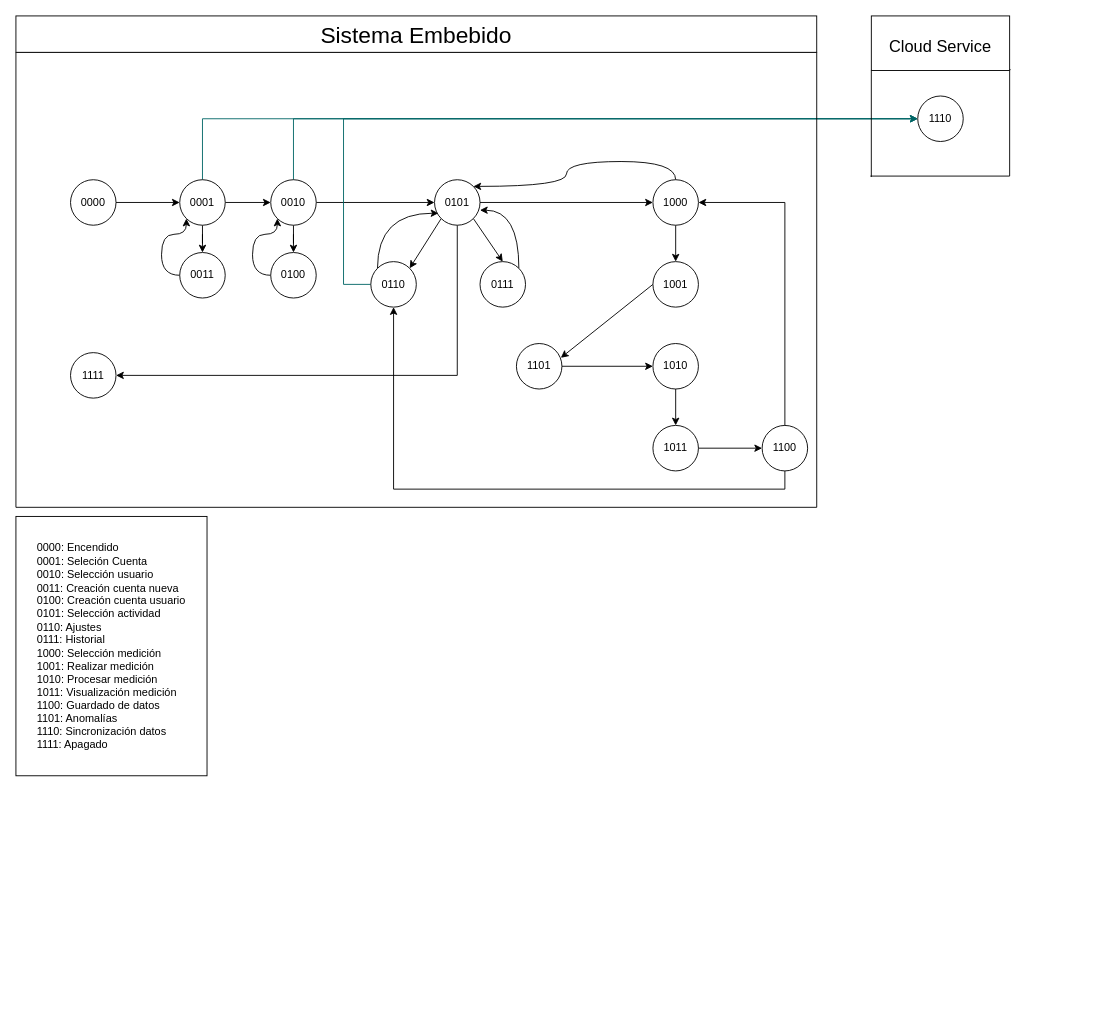
The draw.io diagram Tercera_Fase/Diagramas de software/Diagrama_Estados.drawio in Angeloib98/BIATRONIC, before the edit. Source tidied: cells renumbered, new cells numbered last; positions are measured from the earlier drawing's top-left corner, leaving out a move shared by most shapes. Both pictures are drawn from the tidied source at 91%, with x=0, y=0 at pixel (15, 15).
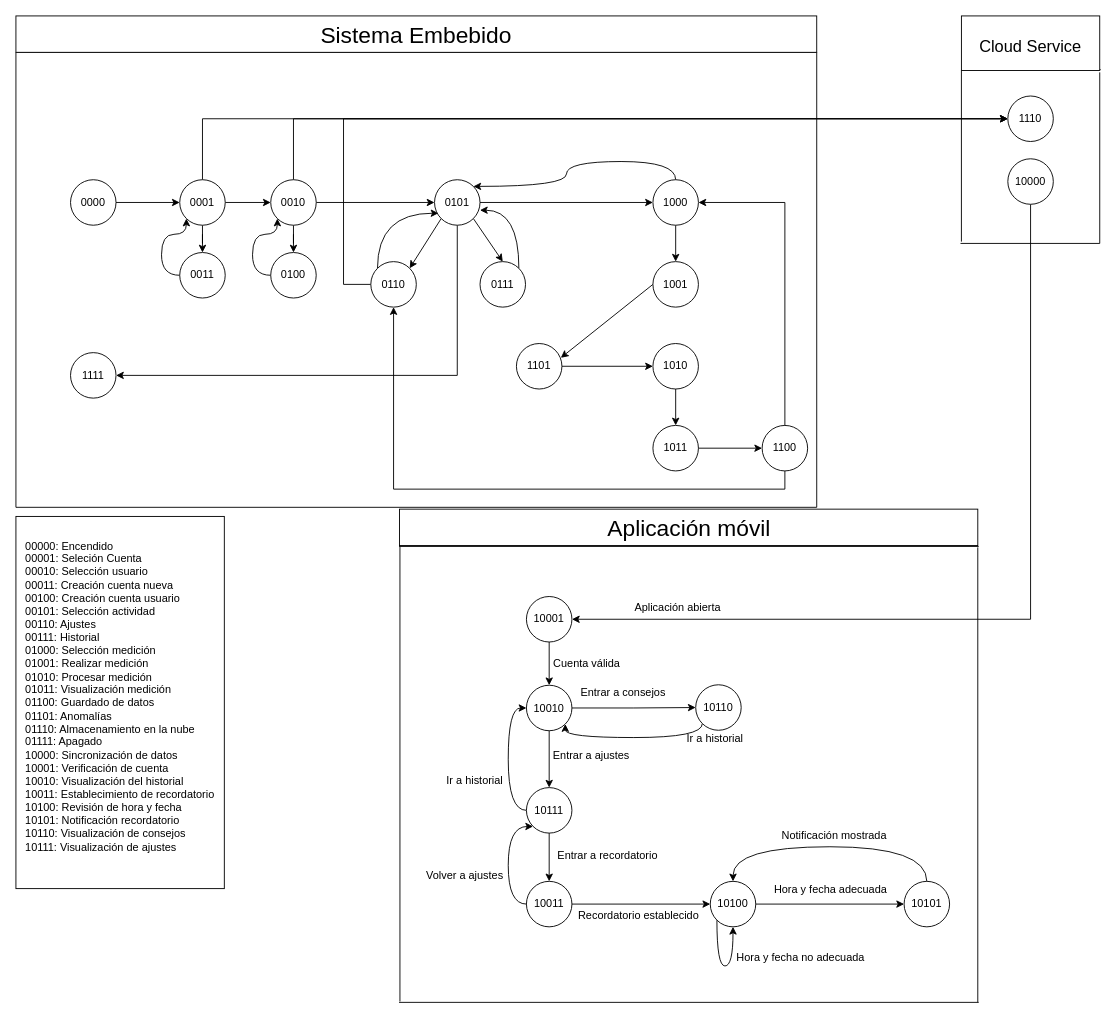
Above is the later version.

The change refers to these unchanged cells:
```xml
<mxCell id="8" value="0001" style="ellipse;whiteSpace=wrap;html=1;" parent="1" vertex="1">
  <mxGeometry x="180" y="180" width="50" height="50" as="geometry" />
</mxCell>
<mxCell id="12" value="0010" style="ellipse;whiteSpace=wrap;html=1;" parent="1" vertex="1">
  <mxGeometry x="280" y="180" width="50" height="50" as="geometry" />
</mxCell>
<mxCell id="22" value="0110" style="ellipse;whiteSpace=wrap;html=1;" parent="1" vertex="1">
  <mxGeometry x="390" y="270" width="50" height="50" as="geometry" />
</mxCell>
```

What changed in the source:
```diff
@@
-    <mxCell id="4" value="&lt;div style=&quot;text-align: left&quot;&gt;&lt;span&gt;0000: Encendido&lt;/span&gt;&lt;/div&gt;&lt;div style=&quot;text-align: left&quot;&gt;&lt;span&gt;0001: Seleción Cuenta&lt;/span&gt;&lt;/div&gt;&lt;div style=&quot;text-align: left&quot;&gt;&lt;span&gt;0010: Selección usuario&lt;/span&gt;&lt;/div&gt;&lt;div style=&quot;text-align: left&quot;&gt;&lt;span&gt;0011: Creación cuenta nueva&lt;/span&gt;&lt;/div&gt;&lt;div style=&quot;text-align: left&quot;&gt;&lt;span&gt;0100: Creación cuenta usuario&lt;/span&gt;&lt;/div&gt;&lt;div style=&quot;text-align: left&quot;&gt;&lt;span&gt;0101: Selección actividad&lt;/span&gt;&lt;/div&gt;&lt;div style=&quot;text-align: left&quot;&gt;&lt;span&gt;0110: Ajustes&amp;nbsp;&lt;/span&gt;&lt;/div&gt;&lt;div style=&quot;text-align: left&quot;&gt;&lt;span&gt;0111: Historial&lt;/span&gt;&lt;/div&gt;&lt;div style=&quot;text-align: left&quot;&gt;&lt;span&gt;1000: Selección medición&lt;/span&gt;&lt;/div&gt;&lt;div style=&quot;text-align: left&quot;&gt;&lt;span&gt;1001: Realizar medición&lt;/span&gt;&lt;/div&gt;&lt;div style=&quot;text-align: left&quot;&gt;&lt;span&gt;1010: Procesar medición&lt;/span&gt;&lt;/div&gt;&lt;div style=&quot;text-align: left&quot;&gt;&lt;span&gt;1011: Visualización medición&lt;/span&gt;&lt;/div&gt;&lt;div style=&quot;text-align: left&quot;&gt;&lt;span&gt;1100: Guardado de datos&lt;/span&gt;&lt;/div&gt;&lt;div style=&quot;text-align: left&quot;&gt;&lt;span&gt;1101: Anomalías&lt;/span&gt;&lt;/div&gt;&lt;div style=&quot;text-align: left&quot;&gt;&lt;span&gt;1110: Sincronización datos&amp;nbsp;&lt;/span&gt;&lt;/div&gt;&lt;div style=&quot;text-align: left&quot;&gt;&lt;span&gt;1111: Apagado&lt;/span&gt;&lt;/div&gt;" style="text;html=1;strokeColor=default;fillColor=none;align=center;verticalAlign=middle;whiteSpace=wrap;rounded=0;" parent="1" vertex="1">
-      <mxGeometry y="550" width="210" height="285" as="geometry" />
+    <mxCell id="4" value="&lt;div style=&quot;text-align: left&quot;&gt;&lt;span&gt;00000: Encendido&lt;/span&gt;&lt;/div&gt;&lt;div style=&quot;text-align: left&quot;&gt;&lt;span&gt;00001: Seleción Cuenta&lt;/span&gt;&lt;/div&gt;&lt;div style=&quot;text-align: left&quot;&gt;&lt;span&gt;00010: Selección usuario&lt;/span&gt;&lt;/div&gt;&lt;div style=&quot;text-align: left&quot;&gt;&lt;span&gt;00011: Creación cuenta nueva&lt;/span&gt;&lt;/div&gt;&lt;div style=&quot;text-align: left&quot;&gt;&lt;span&gt;00100: Creación cuenta usuario&lt;/span&gt;&lt;/div&gt;&lt;div style=&quot;text-align: left&quot;&gt;&lt;span&gt;00101: Selección actividad&lt;/span&gt;&lt;/div&gt;&lt;div style=&quot;text-align: left&quot;&gt;&lt;span&gt;00110: Ajustes&amp;nbsp;&lt;/span&gt;&lt;/div&gt;&lt;div style=&quot;text-align: left&quot;&gt;&lt;span&gt;00111: Historial&lt;/span&gt;&lt;/div&gt;&lt;div style=&quot;text-align: left&quot;&gt;&lt;span&gt;01000: Selección medición&lt;/span&gt;&lt;/div&gt;&lt;div style=&quot;text-align: left&quot;&gt;&lt;span&gt;01001: Realizar medición&lt;/span&gt;&lt;/div&gt;&lt;div style=&quot;text-align: left&quot;&gt;&lt;span&gt;01010: Procesar medición&lt;/span&gt;&lt;/div&gt;&lt;div style=&quot;text-align: left&quot;&gt;&lt;span&gt;01011: Visualización medición&lt;/span&gt;&lt;/div&gt;&lt;div style=&quot;text-align: left&quot;&gt;&lt;span&gt;01100: Guardado de datos&lt;/span&gt;&lt;/div&gt;&lt;div style=&quot;text-align: left&quot;&gt;&lt;span&gt;01101: Anomalías&lt;/span&gt;&lt;/div&gt;&lt;div style=&quot;text-align: left&quot;&gt;&lt;span&gt;01110: Almacenamiento en la nube&amp;nbsp;&lt;/span&gt;&lt;/div&gt;&lt;div style=&quot;text-align: left&quot;&gt;&lt;span&gt;01111: Apagado&lt;/span&gt;&lt;/div&gt;&lt;div style=&quot;text-align: left&quot;&gt;&lt;span&gt;10000: Sincronización de datos&lt;/span&gt;&lt;/div&gt;&lt;div style=&quot;text-align: left&quot;&gt;&lt;span&gt;10001: Verificación de cuenta&lt;/span&gt;&lt;/div&gt;&lt;div style=&quot;text-align: left&quot;&gt;&lt;span&gt;10010: Visualización del historial&lt;/span&gt;&lt;/div&gt;&lt;div style=&quot;text-align: left&quot;&gt;&lt;span&gt;10011: Establecimiento de recordatorio&lt;/span&gt;&lt;/div&gt;&lt;div style=&quot;text-align: left&quot;&gt;&lt;span&gt;10100: Revisión de hora y fecha&lt;/span&gt;&lt;/div&gt;&lt;div style=&quot;text-align: left&quot;&gt;&lt;span&gt;10101: Notificación recordatorio&lt;/span&gt;&lt;/div&gt;&lt;div style=&quot;text-align: left&quot;&gt;&lt;span&gt;10110: Visualización de consejos&lt;/span&gt;&lt;/div&gt;&lt;div style=&quot;text-align: left&quot;&gt;&lt;span&gt;10111: Visualización de ajustes&lt;/span&gt;&lt;/div&gt;&lt;div style=&quot;text-align: left&quot;&gt;&lt;br&gt;&lt;/div&gt;" style="text;html=1;strokeColor=default;fillColor=none;align=center;verticalAlign=middle;whiteSpace=wrap;rounded=0;" parent="1" vertex="1">
+      <mxGeometry y="550" width="229" height="409" as="geometry" />
     </mxCell>
@@
-    <mxCell id="7" style="edgeStyle=orthogonalEdgeStyle;rounded=0;jettySize=auto;html=1;exitX=0.5;exitY=0;exitDx=0;exitDy=0;entryX=0;entryY=0.5;entryDx=0;entryDy=0;strokeColor=#006666;" parent="1" edge="1" source="8" target="33">
+    <mxCell id="7" style="edgeStyle=orthogonalEdgeStyle;rounded=0;jettySize=auto;html=1;exitX=0.5;exitY=0;exitDx=0;exitDy=0;entryX=0;entryY=0.5;entryDx=0;entryDy=0;strokeColor=#000000;" parent="1" edge="1" source="8" target="33">
       <mxGeometry relative="1" as="geometry" />
     </mxCell>
@@
-    <mxCell id="11" style="edgeStyle=orthogonalEdgeStyle;rounded=0;jettySize=auto;html=1;exitX=0.5;exitY=0;exitDx=0;exitDy=0;entryX=0;entryY=0.5;entryDx=0;entryDy=0;strokeColor=#006666;" parent="1" edge="1" source="12" target="33">
+    <mxCell id="11" style="edgeStyle=orthogonalEdgeStyle;rounded=0;jettySize=auto;html=1;exitX=0.5;exitY=0;exitDx=0;exitDy=0;entryX=0;entryY=0.5;entryDx=0;entryDy=0;strokeColor=#000000;" parent="1" edge="1" source="12" target="33">
       <mxGeometry relative="1" as="geometry" />
     </mxCell>
@@
-    <mxCell id="21" style="edgeStyle=orthogonalEdgeStyle;rounded=0;jettySize=auto;html=1;entryX=0;entryY=0.5;entryDx=0;entryDy=0;strokeColor=#006666;" parent="1" edge="1" source="22" target="33">
+    <mxCell id="21" style="edgeStyle=orthogonalEdgeStyle;rounded=0;jettySize=auto;html=1;entryX=0;entryY=0.5;entryDx=0;entryDy=0;strokeColor=#000000;" parent="1" edge="1" source="22" target="33">
       <mxGeometry relative="1" as="geometry">
         <Array as="points">
           <mxPoint x="360" y="295" />
           <mxPoint x="360" y="113" />
         </Array>
       </mxGeometry>
     </mxCell>
@@
     <mxCell id="33" value="1110" style="ellipse;whiteSpace=wrap;html=1;" parent="1" vertex="1">
-      <mxGeometry x="991" y="88" width="50" height="50" as="geometry" />
+      <mxGeometry x="1090" y="88" width="50" height="50" as="geometry" />
     </mxCell>
@@
     <mxCell id="48" style="endArrow=none;html=1;rounded=0;fontSize=25;strokeColor=#000000;" parent="1" edge="1">
       <mxGeometry relative="1" as="geometry">
-        <mxPoint x="940" y="177" as="sourcePoint" />
-        <mxPoint x="940" y="60" as="targetPoint" />
+        <mxPoint x="1039" y="248" as="sourcePoint" />
+        <mxPoint x="1039" y="60" as="targetPoint" />
       </mxGeometry>
     </mxCell>
-    <mxCell id="49" style="endArrow=none;html=1;rounded=0;fontSize=25;strokeColor=#000000;" parent="1" edge="1">
-      <mxGeometry relative="1" as="geometry">
-        <mxPoint x="1092" y="176" as="sourcePoint" />
-        <mxPoint x="1092" y="60" as="targetPoint" />
-      </mxGeometry>
-    </mxCell>
     <mxCell id="50" style="endArrow=none;html=1;rounded=0;fontSize=25;strokeColor=#000000;" parent="1" edge="1">
       <mxGeometry relative="1" as="geometry">
-        <mxPoint x="939" y="176" as="sourcePoint" />
-        <mxPoint x="1092" y="176" as="targetPoint" />
+        <mxPoint x="1038" y="250" as="sourcePoint" />
+        <mxPoint x="1191" y="250" as="targetPoint" />
       </mxGeometry>
     </mxCell>
     <mxCell id="51" style="endArrow=none;html=1;rounded=0;fontSize=25;strokeColor=#000000;" parent="1" edge="1">
       <mxGeometry relative="1" as="geometry">
-        <mxPoint x="940" y="59" as="sourcePoint" />
-        <mxPoint x="1093" y="59" as="targetPoint" />
+        <mxPoint x="1039" y="59" as="sourcePoint" />
+        <mxPoint x="1192" y="59" as="targetPoint" />
       </mxGeometry>
     </mxCell>
     <mxCell id="52" value="&lt;font style=&quot;font-size: 18px&quot;&gt;Cloud Service&lt;/font&gt;" style="rounded=0;whiteSpace=wrap;html=1;shadow=0;glass=0;sketch=0;fontSize=25;strokeColor=#000000;align=center;" parent="1" vertex="1">
-      <mxGeometry x="940" width="152" height="60" as="geometry" />
+      <mxGeometry x="1039" width="152" height="60" as="geometry" />
     </mxCell>
+    <mxCell id="53" style="edgeStyle=orthogonalEdgeStyle;rounded=0;jettySize=auto;html=1;exitX=0.5;exitY=1;exitDx=0;exitDy=0;startArrow=none;startFill=0;strokeColor=#000000;entryX=1;entryY=0.5;entryDx=0;entryDy=0;" parent="1" edge="1" source="54" target="57">
+      <mxGeometry relative="1" as="geometry">
+        <Array as="points">
+          <mxPoint x="1115" y="663" />
+        </Array>
+      </mxGeometry>
+    </mxCell>
+    <mxCell id="54" value="10000" style="ellipse;whiteSpace=wrap;html=1;" parent="1" vertex="1">
+      <mxGeometry x="1090" y="157" width="50" height="50" as="geometry" />
+    </mxCell>
+    <mxCell id="55" style="endArrow=none;html=1;rounded=0;fontSize=25;strokeColor=#000000;" parent="1" edge="1">
+      <mxGeometry relative="1" as="geometry">
+        <mxPoint x="1191" y="250" as="sourcePoint" />
+        <mxPoint x="1191" y="62" as="targetPoint" />
+      </mxGeometry>
+    </mxCell>
+    <mxCell id="56" style="edgeStyle=orthogonalEdgeStyle;rounded=0;jettySize=auto;html=1;exitX=0.5;exitY=1;exitDx=0;exitDy=0;entryX=0.5;entryY=0;entryDx=0;entryDy=0;startArrow=none;startFill=0;strokeColor=#000000;" parent="1" edge="1" source="57" target="60">
+      <mxGeometry relative="1" as="geometry" />
+    </mxCell>
+    <mxCell id="57" value="10001" style="ellipse;whiteSpace=wrap;html=1;" parent="1" vertex="1">
+      <mxGeometry x="561" y="638" width="50" height="50" as="geometry" />
+    </mxCell>
+    <mxCell id="58" style="edgeStyle=orthogonalEdgeStyle;rounded=0;jettySize=auto;html=1;exitX=0.5;exitY=1;exitDx=0;exitDy=0;entryX=0.5;entryY=0;entryDx=0;entryDy=0;startArrow=none;startFill=0;strokeColor=#000000;" parent="1" edge="1" source="60" target="78">
+      <mxGeometry relative="1" as="geometry" />
+    </mxCell>
+    <mxCell id="59" style="edgeStyle=orthogonalEdgeStyle;rounded=0;jettySize=auto;html=1;exitX=1;exitY=0.5;exitDx=0;exitDy=0;entryX=0;entryY=0.5;entryDx=0;entryDy=0;startArrow=none;startFill=0;strokeColor=#000000;" parent="1" edge="1" source="60" target="69">
+      <mxGeometry relative="1" as="geometry" />
+    </mxCell>
+    <mxCell id="60" value="10010" style="ellipse;whiteSpace=wrap;html=1;" parent="1" vertex="1">
+      <mxGeometry x="561" y="735.5" width="50" height="50" as="geometry" />
+    </mxCell>
+    <mxCell id="61" style="edgeStyle=orthogonalEdgeStyle;rounded=0;jettySize=auto;html=1;exitX=1;exitY=0.5;exitDx=0;exitDy=0;entryX=0;entryY=0.5;entryDx=0;entryDy=0;startArrow=none;startFill=0;strokeColor=#000000;" parent="1" edge="1" source="63" target="65">
+      <mxGeometry relative="1" as="geometry" />
+    </mxCell>
+    <mxCell id="62" style="edgeStyle=orthogonalEdgeStyle;curved=1;rounded=0;jettySize=auto;html=1;exitX=0;exitY=0.5;exitDx=0;exitDy=0;entryX=0;entryY=1;entryDx=0;entryDy=0;startArrow=none;startFill=0;strokeColor=#000000;" parent="1" edge="1" source="63" target="78">
+      <mxGeometry relative="1" as="geometry">
+        <Array as="points">
+          <mxPoint x="541" y="976" />
+          <mxPoint x="541" y="891" />
+        </Array>
+      </mxGeometry>
+    </mxCell>
+    <mxCell id="63" value="10011" style="ellipse;whiteSpace=wrap;html=1;" parent="1" vertex="1">
+      <mxGeometry x="561" y="951" width="50" height="50" as="geometry" />
+    </mxCell>
+    <mxCell id="64" style="edgeStyle=orthogonalEdgeStyle;rounded=0;jettySize=auto;html=1;exitX=1;exitY=0.5;exitDx=0;exitDy=0;entryX=0;entryY=0.5;entryDx=0;entryDy=0;startArrow=none;startFill=0;strokeColor=#000000;" parent="1" edge="1" source="65" target="67">
+      <mxGeometry relative="1" as="geometry" />
+    </mxCell>
+    <mxCell id="65" value="10100" style="ellipse;whiteSpace=wrap;html=1;" parent="1" vertex="1">
+      <mxGeometry x="763" y="951" width="50" height="50" as="geometry" />
+    </mxCell>
+    <mxCell id="66" style="edgeStyle=orthogonalEdgeStyle;curved=1;rounded=0;jettySize=auto;html=1;exitX=0.5;exitY=0;exitDx=0;exitDy=0;entryX=0.5;entryY=0;entryDx=0;entryDy=0;startArrow=none;startFill=0;strokeColor=#000000;" parent="1" edge="1" source="67" target="65">
+      <mxGeometry relative="1" as="geometry">
+        <Array as="points">
+          <mxPoint x="1001" y="913" />
+          <mxPoint x="788" y="913" />
+        </Array>
+      </mxGeometry>
+    </mxCell>
+    <mxCell id="67" value="10101" style="ellipse;whiteSpace=wrap;html=1;" parent="1" vertex="1">
+      <mxGeometry x="976" y="951" width="50" height="50" as="geometry" />
+    </mxCell>
+    <mxCell id="68" style="edgeStyle=orthogonalEdgeStyle;rounded=0;jettySize=auto;html=1;exitX=0;exitY=1;exitDx=0;exitDy=0;entryX=1;entryY=1;entryDx=0;entryDy=0;startArrow=none;startFill=0;strokeColor=#000000;curved=1;" parent="1" edge="1" source="69" target="60">
+      <mxGeometry relative="1" as="geometry">
+        <Array as="points">
+          <mxPoint x="754" y="793" />
+          <mxPoint x="604" y="793" />
+        </Array>
+      </mxGeometry>
+    </mxCell>
+    <mxCell id="69" value="10110" style="ellipse;whiteSpace=wrap;html=1;" parent="1" vertex="1">
+      <mxGeometry x="747" y="735" width="50" height="50" as="geometry" />
+    </mxCell>
+    <mxCell id="70" value="Cuenta válida" style="text;html=1;align=center;verticalAlign=middle;strokeColor=none;fillColor=none;" parent="1" vertex="1">
+      <mxGeometry x="585" y="703" width="83" height="17" as="geometry" />
+    </mxCell>
+    <mxCell id="71" value="Entrar a recordatorio" style="text;html=1;align=center;verticalAlign=middle;strokeColor=none;fillColor=none;" parent="1" vertex="1">
+      <mxGeometry x="590" y="914" width="120" height="17" as="geometry" />
+    </mxCell>
+    <mxCell id="72" value="Hora y fecha no adecuada" style="text;html=1;align=center;verticalAlign=middle;strokeColor=none;fillColor=none;" parent="1" vertex="1">
+      <mxGeometry x="786" y="1026" width="151" height="17" as="geometry" />
+    </mxCell>
+    <mxCell id="73" value="Hora y fecha adecuada" style="text;html=1;align=center;verticalAlign=middle;strokeColor=none;fillColor=none;" parent="1" vertex="1">
+      <mxGeometry x="828" y="951" width="134" height="17" as="geometry" />
+    </mxCell>
+    <mxCell id="74" value="Aplicación abierta" style="text;html=1;align=center;verticalAlign=middle;strokeColor=none;fillColor=none;" parent="1" vertex="1">
+      <mxGeometry x="675" y="641" width="104" height="17" as="geometry" />
+    </mxCell>
+    <mxCell id="75" value="Entrar a consejos" style="text;html=1;align=center;verticalAlign=middle;strokeColor=none;fillColor=none;" parent="1" vertex="1">
+      <mxGeometry x="615" y="735" width="103" height="17" as="geometry" />
+    </mxCell>
+    <mxCell id="76" style="edgeStyle=orthogonalEdgeStyle;curved=1;rounded=0;jettySize=auto;html=1;exitX=0;exitY=0.5;exitDx=0;exitDy=0;entryX=0;entryY=0.5;entryDx=0;entryDy=0;startArrow=none;startFill=0;strokeColor=#000000;" parent="1" edge="1" source="78" target="60">
+      <mxGeometry relative="1" as="geometry" />
+    </mxCell>
+    <mxCell id="77" style="edgeStyle=orthogonalEdgeStyle;rounded=0;jettySize=auto;html=1;exitX=0.5;exitY=1;exitDx=0;exitDy=0;entryX=0.5;entryY=0;entryDx=0;entryDy=0;startArrow=none;startFill=0;strokeColor=#000000;" parent="1" edge="1" source="78" target="63">
+      <mxGeometry relative="1" as="geometry" />
+    </mxCell>
+    <mxCell id="78" value="10111" style="ellipse;whiteSpace=wrap;html=1;" parent="1" vertex="1">
+      <mxGeometry x="561" y="848" width="50" height="50" as="geometry" />
+    </mxCell>
+    <mxCell id="79" value="Entrar a ajustes" style="text;html=1;align=center;verticalAlign=middle;strokeColor=none;fillColor=none;" parent="1" vertex="1">
+      <mxGeometry x="585" y="804" width="94" height="17" as="geometry" />
+    </mxCell>
+    <mxCell id="80" value="Ir a historial" style="text;html=1;align=center;verticalAlign=middle;strokeColor=none;fillColor=none;" parent="1" vertex="1">
+      <mxGeometry x="732" y="785" width="72" height="17" as="geometry" />
+    </mxCell>
+    <mxCell id="81" value="Ir a historial" style="text;html=1;align=center;verticalAlign=middle;strokeColor=none;fillColor=none;" parent="1" vertex="1">
+      <mxGeometry x="468" y="831" width="72" height="17" as="geometry" />
+    </mxCell>
+    <mxCell id="82" style="edgeStyle=orthogonalEdgeStyle;rounded=0;orthogonalLoop=1;jettySize=auto;html=1;exitX=0;exitY=1;exitDx=0;exitDy=0;entryX=0.5;entryY=1;entryDx=0;entryDy=0;startArrow=none;startFill=0;strokeColor=#000000;curved=1;" parent="1" edge="1" source="65" target="65">
+      <mxGeometry relative="1" as="geometry">
+        <Array as="points">
+          <mxPoint x="770" y="1044" />
+          <mxPoint x="788" y="1044" />
+        </Array>
+      </mxGeometry>
+    </mxCell>
+    <mxCell id="83" value="Recordatorio establecido" style="text;html=1;align=center;verticalAlign=middle;strokeColor=none;fillColor=none;" parent="1" vertex="1">
+      <mxGeometry x="613" y="980" width="142" height="17" as="geometry" />
+    </mxCell>
+    <mxCell id="84" value="Notificación mostrada" style="text;html=1;align=center;verticalAlign=middle;strokeColor=none;fillColor=none;" parent="1" vertex="1">
+      <mxGeometry x="836" y="892" width="126" height="17" as="geometry" />
+    </mxCell>
+    <mxCell id="85" value="Volver a ajustes" style="text;html=1;align=center;verticalAlign=middle;strokeColor=none;fillColor=none;" parent="1" vertex="1">
+      <mxGeometry x="446" y="936" width="94" height="17" as="geometry" />
+    </mxCell>
+    <mxCell id="86" style="endArrow=none;html=1;rounded=0;strokeColor=#000000;endFill=0;" parent="1" edge="1">
+      <mxGeometry relative="1" as="geometry">
+        <mxPoint x="422" y="1083" as="sourcePoint" />
+        <mxPoint x="422" y="583" as="targetPoint" />
+      </mxGeometry>
+    </mxCell>
+    <mxCell id="87" style="endArrow=none;html=1;rounded=0;strokeColor=#000000;endFill=0;" parent="1" edge="1">
+      <mxGeometry relative="1" as="geometry">
+        <mxPoint x="1057" y="1084" as="sourcePoint" />
+        <mxPoint x="1057" y="584" as="targetPoint" />
+      </mxGeometry>
+    </mxCell>
+    <mxCell id="88" style="endArrow=none;html=1;rounded=0;strokeColor=#000000;endFill=0;" parent="1" edge="1">
+      <mxGeometry relative="1" as="geometry">
+        <mxPoint x="421" y="1084" as="sourcePoint" />
+        <mxPoint x="1058" y="1084" as="targetPoint" />
+      </mxGeometry>
+    </mxCell>
+    <mxCell id="89" style="endArrow=none;html=1;rounded=0;strokeColor=#000000;endFill=0;" parent="1" edge="1">
+      <mxGeometry relative="1" as="geometry">
+        <mxPoint x="421" y="583" as="sourcePoint" />
+        <mxPoint x="1058" y="583" as="targetPoint" />
+      </mxGeometry>
+    </mxCell>
+    <mxCell id="90" value="&lt;span&gt;Aplicación móvil&lt;/span&gt;" style="rounded=0;whiteSpace=wrap;html=1;shadow=0;glass=0;sketch=0;fontSize=25;strokeColor=#000000;align=center;" parent="1" vertex="1">
+      <mxGeometry x="421.5" y="542" width="635.5" height="40" as="geometry" />
+    </mxCell>
```
